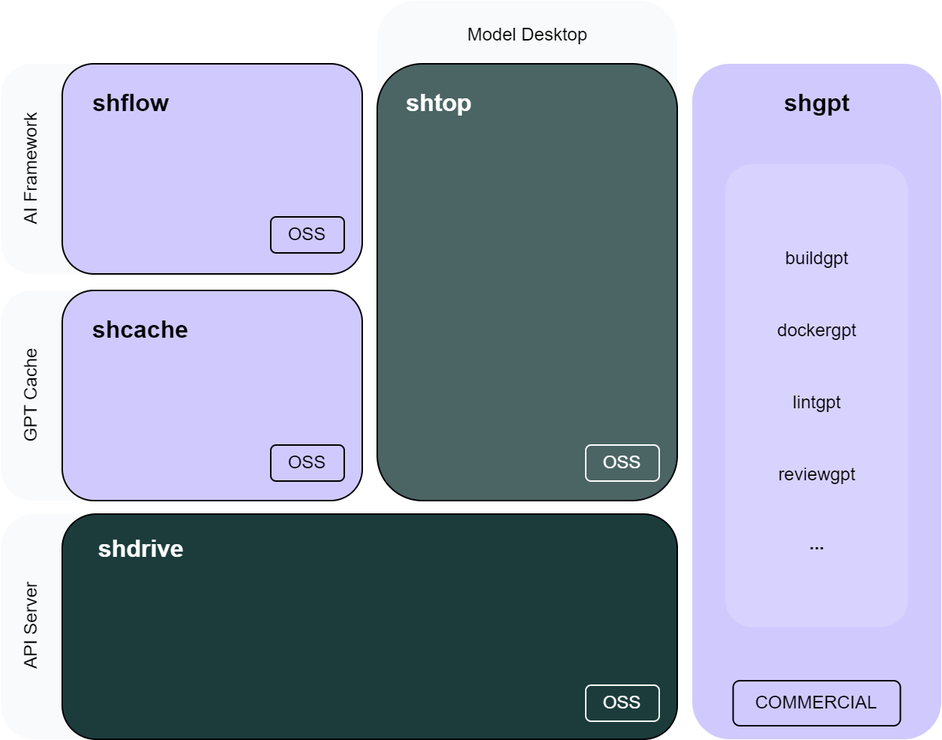
The draw.io diagram profile/diagram.png in ai-flowx/.github, before a commit. Source tidied: cells renumbered, new cells last; positions are measured from the earlier drawing's top-left corner, leaving out a move shared by most shapes.
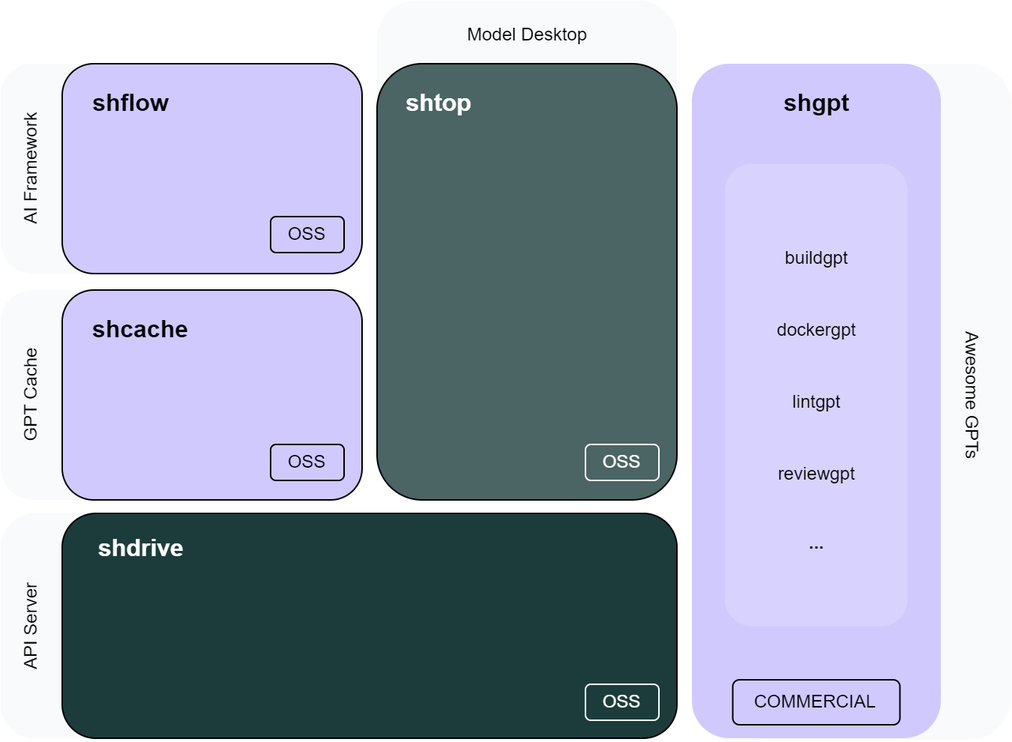
The same file after the commit.

Commit message:
docs(chore): update arch and diagram files

Diff of the diagram source:
```diff
@@ -2,6 +2,9 @@
   <root>
     <mxCell id="0" />
     <mxCell id="1" parent="0" />
+    <mxCell id="31" style="rounded=1;whiteSpace=wrap;html=1;fillColor=#f9fafb;strokeColor=none;" parent="1" vertex="1">
+      <mxGeometry x="484" y="42" width="190" height="451" as="geometry" />
+    </mxCell>
     <mxCell id="2" style="rounded=1;whiteSpace=wrap;html=1;fillColor=#f9fafb;strokeColor=none;" parent="1" vertex="1">
       <mxGeometry x="251" width="200" height="170" as="geometry" />
     </mxCell>
@@ -89,5 +92,8 @@
     <mxCell id="30" value="AI Framework" style="text;html=1;strokeColor=none;fillColor=none;align=center;verticalAlign=middle;whiteSpace=wrap;rounded=1;fontStyle=0;fontColor=#000000;horizontal=0;" parent="1" vertex="1">
       <mxGeometry x="8" y="60.5" width="25" height="103" as="geometry" />
     </mxCell>
+    <mxCell id="32" value="Awesome GPTs" style="text;html=1;strokeColor=none;fillColor=none;align=center;verticalAlign=middle;whiteSpace=wrap;rounded=1;fontStyle=0;fontColor=#000000;horizontal=1;rotation=90;" parent="1" vertex="1">
+      <mxGeometry x="599.8" y="251" width="96.5" height="24" as="geometry" />
+    </mxCell>
   </root>
 </mxGraphModel>
```
